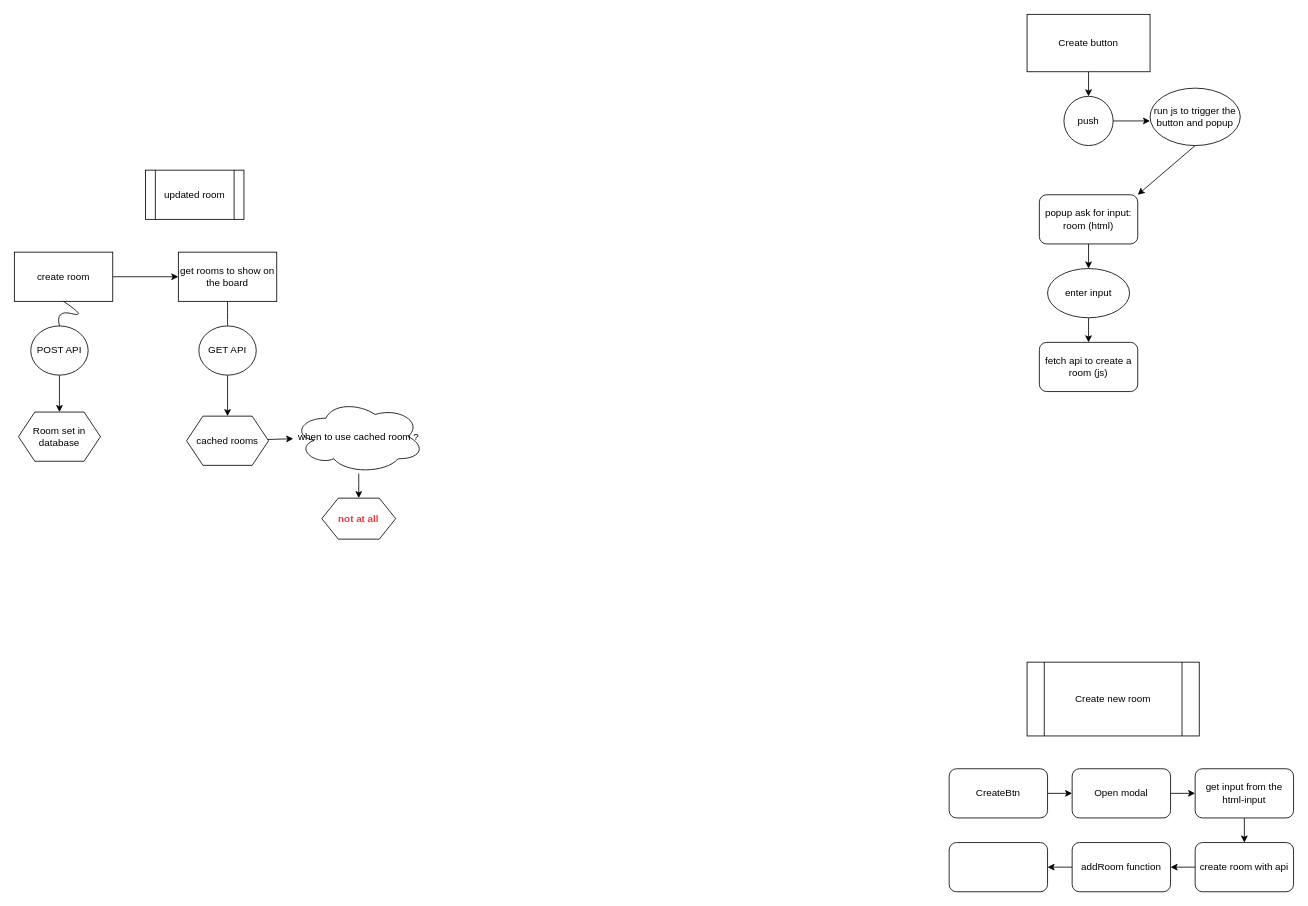
Earlier version of the draw.io diagram project/frontend/js/gameUI/flow.drawio (Tnantaki/transcendence). Source tidied: cells renumbered, new cells numbered last; positions are measured from the earlier drawing's top-left corner, leaving out a move shared by most shapes. Both pictures are drawn from the tidied source at 82%, with x=0, y=0 at pixel (14, 14).
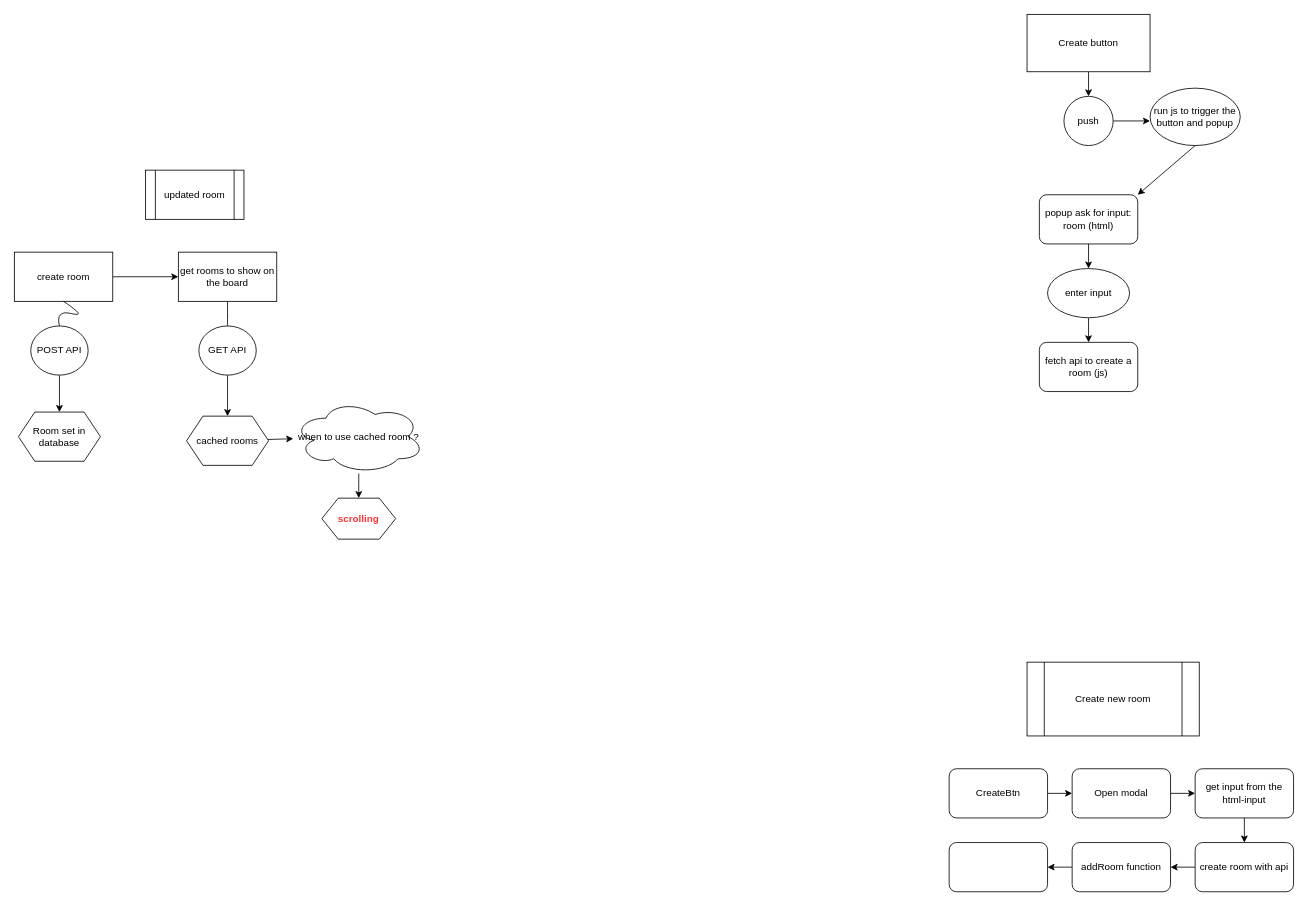
After the change.

The edit, as a diff of the source:
```diff
@@
-    <mxCell id="40" value="&lt;b&gt;&lt;font color=&quot;#ff3333&quot;&gt;not at all&lt;/font&gt;&lt;/b&gt;" style="shape=hexagon;perimeter=hexagonPerimeter2;whiteSpace=wrap;html=1;fixedSize=1;rounded=0;" parent="1" vertex="1">
+    <mxCell id="40" value="&lt;font color=&quot;#ff3333&quot;&gt;&lt;b&gt;scrolling&lt;/b&gt;&lt;/font&gt;" style="shape=hexagon;perimeter=hexagonPerimeter2;whiteSpace=wrap;html=1;fixedSize=1;rounded=0;" parent="1" vertex="1">
       <mxGeometry x="375" y="590" width="90" height="50" as="geometry" />
     </mxCell>
```
